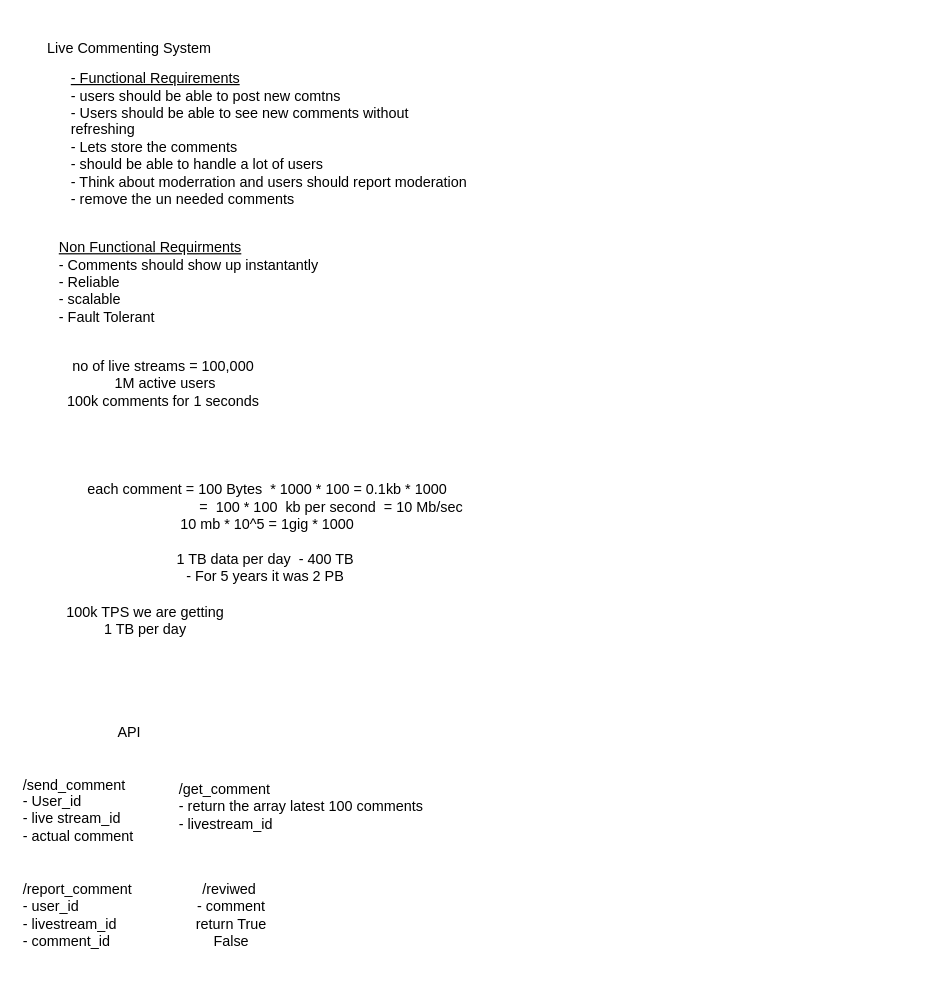
Earlier version of the draw.io diagram live_comments.drawio (chakri07/SystemDesignPractice). Source tidied: cells renumbered, new cells numbered last; positions are measured from the earlier drawing's top-left corner, leaving out a move shared by most shapes. Both pictures are drawn from the tidied source at 120%, with x=0, y=0 at pixel (20, 32).
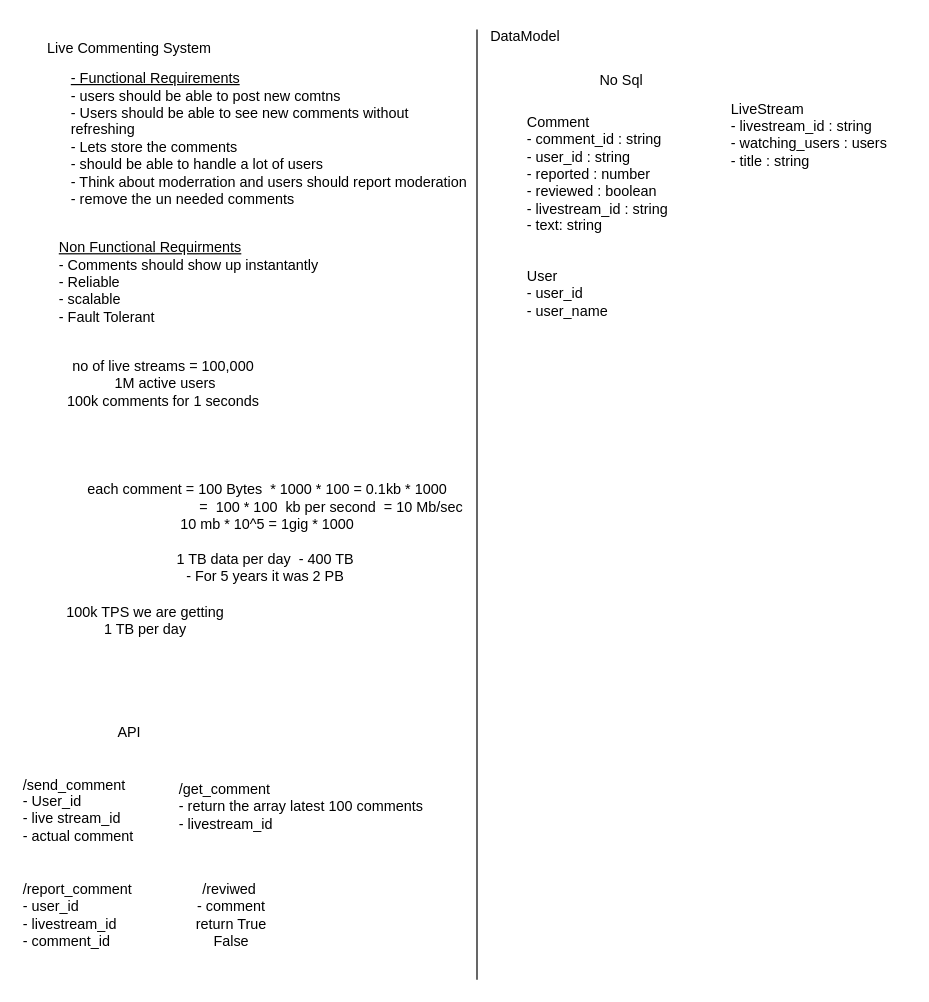
After the change.

Diff of the diagram source:
```diff
@@
 <mxGraphModel>
   <root>
     <mxCell id="0" />
     <mxCell id="1" parent="0" />
     <mxCell id="2" value="Live Commenting System&lt;div&gt;&lt;br&gt;&lt;/div&gt;" style="text;html=1;align=center;verticalAlign=middle;strokeColor=none;fillColor=none;" parent="1" vertex="1">
       <mxGeometry x="10" width="160" height="40" as="geometry" />
     </mxCell>
     <mxCell id="3" value="&lt;u&gt;- Functional Requirements&lt;/u&gt;&lt;div&gt;&lt;span style=&quot;background-color: transparent; color: light-dark(rgb(0, 0, 0), rgb(255, 255, 255));&quot;&gt;- users should be able to post new comtns&lt;/span&gt;&lt;/div&gt;&lt;div&gt;&lt;span style=&quot;background-color: transparent; color: light-dark(rgb(0, 0, 0), rgb(255, 255, 255));&quot;&gt;- Users should be able to see new comments without&amp;nbsp;&lt;/span&gt;&lt;/div&gt;&lt;div&gt;&lt;span style=&quot;background-color: transparent; color: light-dark(rgb(0, 0, 0), rgb(255, 255, 255));&quot;&gt;refreshing&lt;/span&gt;&lt;/div&gt;&lt;div&gt;- Lets store the comments&lt;/div&gt;&lt;div&gt;&lt;span style=&quot;background-color: transparent; color: light-dark(rgb(0, 0, 0), rgb(255, 255, 255));&quot;&gt;- should be able to handle a lot of users&amp;nbsp;&lt;/span&gt;&lt;/div&gt;&lt;div&gt;&lt;span style=&quot;background-color: transparent; color: light-dark(rgb(0, 0, 0), rgb(255, 255, 255));&quot;&gt;- Think about moderration and users should report moderation&lt;/span&gt;&lt;/div&gt;&lt;div&gt;&lt;span style=&quot;background-color: transparent; color: light-dark(rgb(0, 0, 0), rgb(255, 255, 255));&quot;&gt;- remove the un needed comments&amp;nbsp;&lt;/span&gt;&lt;/div&gt;&lt;div&gt;&lt;span style=&quot;background-color: transparent; color: light-dark(rgb(0, 0, 0), rgb(255, 255, 255));&quot;&gt;&lt;br&gt;&lt;/span&gt;&lt;/div&gt;&lt;div&gt;&lt;span style=&quot;background-color: transparent; color: light-dark(rgb(0, 0, 0), rgb(255, 255, 255));&quot;&gt;&lt;br&gt;&lt;/span&gt;&lt;/div&gt;&lt;div&gt;&lt;span style=&quot;background-color: transparent; color: light-dark(rgb(0, 0, 0), rgb(255, 255, 255));&quot;&gt;&lt;br&gt;&lt;/span&gt;&lt;/div&gt;&lt;div&gt;&lt;span style=&quot;background-color: transparent; color: light-dark(rgb(0, 0, 0), rgb(255, 255, 255));&quot;&gt;&amp;nbsp;&lt;/span&gt;&lt;/div&gt;" style="text;html=1;align=left;verticalAlign=middle;strokeColor=none;fillColor=none;" parent="1" vertex="1">
       <mxGeometry x="40" y="22" width="350" height="190" as="geometry" />
     </mxCell>
     <mxCell id="4" value="&lt;u&gt;Non Functional Requirments&lt;/u&gt;&lt;div&gt;- Comments should show up instantantly&amp;nbsp;&lt;/div&gt;&lt;div&gt;- Reliable&amp;nbsp;&lt;/div&gt;&lt;div&gt;- scalable&lt;/div&gt;&lt;div&gt;- Fault Tolerant&lt;/div&gt;&lt;div&gt;&lt;br&gt;&lt;/div&gt;&lt;div&gt;&lt;br&gt;&lt;/div&gt;" style="text;html=1;align=left;verticalAlign=middle;strokeColor=none;fillColor=none;" parent="1" vertex="1">
       <mxGeometry x="30" y="167" width="240" height="110" as="geometry" />
     </mxCell>
     <mxCell id="5" value="no of live streams = 100,000&amp;nbsp;&lt;div&gt;1M active users&lt;/div&gt;&lt;div&gt;100k comments for 1 seconds&amp;nbsp;&lt;/div&gt;" style="text;html=1;align=center;verticalAlign=middle;strokeColor=none;fillColor=none;" parent="1" vertex="1">
       <mxGeometry x="25" y="262" width="190" height="60" as="geometry" />
     </mxCell>
     <mxCell id="6" value="each comment = 100 Bytes&amp;nbsp; * 1000 * 100 = 0.1kb * 1000&lt;div&gt;&lt;span style=&quot;white-space: pre;&quot;&gt;&#9;&lt;/span&gt;&lt;span style=&quot;white-space: pre;&quot;&gt;&#9;&lt;/span&gt;&lt;span style=&quot;white-space: pre;&quot;&gt;&#9;&lt;/span&gt;&lt;span style=&quot;white-space: pre;&quot;&gt;&#9;&lt;/span&gt;=&amp;nbsp; 100 * 100&amp;nbsp; kb per second&amp;nbsp; = 10 Mb/sec&lt;/div&gt;&lt;div&gt;10 mb * 10^5 = 1gig * 1000&lt;/div&gt;&lt;div&gt;&lt;br&gt;&lt;/div&gt;&lt;div&gt;1 TB data per day&amp;nbsp; - 400 TB&amp;nbsp;&lt;/div&gt;&lt;div&gt;- For 5 years it was 2 PB&amp;nbsp;&lt;/div&gt;" style="text;html=1;align=center;verticalAlign=middle;strokeColor=none;fillColor=none;" parent="1" vertex="1">
       <mxGeometry x="30" y="367" width="350" height="100" as="geometry" />
     </mxCell>
     <mxCell id="7" value="100k TPS we are getting&amp;nbsp;&lt;div&gt;1 TB per day&amp;nbsp;&lt;/div&gt;&lt;div&gt;&lt;br&gt;&lt;/div&gt;" style="text;html=1;align=center;verticalAlign=middle;strokeColor=none;fillColor=none;" parent="1" vertex="1">
       <mxGeometry x="25" y="467" width="160" height="60" as="geometry" />
     </mxCell>
     <mxCell id="8" value="API&lt;div&gt;&lt;br&gt;&lt;/div&gt;" style="text;html=1;align=center;verticalAlign=middle;strokeColor=none;fillColor=none;" parent="1" vertex="1">
       <mxGeometry x="70" y="570" width="40" height="40" as="geometry" />
     </mxCell>
     <mxCell id="9" value="/send_comment&lt;div&gt;- User_id&lt;/div&gt;&lt;div&gt;- live stream_id&lt;/div&gt;&lt;div&gt;- actual comment&amp;nbsp;&lt;/div&gt;&lt;div&gt;&lt;br&gt;&lt;/div&gt;" style="text;html=1;align=left;verticalAlign=middle;strokeColor=none;fillColor=none;" parent="1" vertex="1">
       <mxGeometry y="610" width="120" height="90" as="geometry" />
     </mxCell>
     <mxCell id="10" value="/get_comment&lt;div&gt;- return the array latest 100 comments&amp;nbsp;&lt;/div&gt;&lt;div&gt;- livestream_id&lt;/div&gt;" style="text;html=1;align=left;verticalAlign=middle;strokeColor=none;fillColor=none;" parent="1" vertex="1">
       <mxGeometry x="130" y="615" width="230" height="60" as="geometry" />
     </mxCell>
     <mxCell id="11" value="/report_comment&lt;div&gt;- user_id&lt;/div&gt;&lt;div&gt;- livestream_id&lt;/div&gt;&lt;div&gt;- comment_id&lt;/div&gt;" style="text;html=1;align=left;verticalAlign=middle;strokeColor=none;fillColor=none;" parent="1" vertex="1">
       <mxGeometry y="700" width="110" height="70" as="geometry" />
     </mxCell>
     <mxCell id="12" value="/reviwed&amp;nbsp;&lt;div&gt;- comment&lt;/div&gt;&lt;div&gt;return True&lt;/div&gt;&lt;div&gt;False&lt;/div&gt;" style="text;html=1;align=center;verticalAlign=middle;strokeColor=none;fillColor=none;" parent="1" vertex="1">
       <mxGeometry x="135" y="700" width="80" height="70" as="geometry" />
     </mxCell>
+    <mxCell id="13" value="No Sql" style="text;html=1;align=center;verticalAlign=middle;strokeColor=none;fillColor=none;" parent="1" vertex="1">
+      <mxGeometry x="470" y="25" width="60" height="30" as="geometry" />
+    </mxCell>
+    <mxCell id="14" value="Comment&lt;div&gt;- comment_id : string&lt;/div&gt;&lt;div&gt;- user_id : string&amp;nbsp;&lt;/div&gt;&lt;div&gt;- reported : number&amp;nbsp;&lt;/div&gt;&lt;div&gt;- reviewed : boolean&amp;nbsp;&lt;/div&gt;&lt;div&gt;- livestream_id : string&amp;nbsp;&lt;/div&gt;&lt;div&gt;- text: string&amp;nbsp;&lt;/div&gt;&lt;div&gt;&lt;br&gt;&lt;/div&gt;&lt;div&gt;&lt;br&gt;&lt;/div&gt;" style="text;html=1;align=left;verticalAlign=middle;strokeColor=none;fillColor=none;" parent="1" vertex="1">
+      <mxGeometry x="420" y="62" width="140" height="140" as="geometry" />
+    </mxCell>
+    <mxCell id="15" value="LiveStream&lt;div&gt;- livestream_id : string&lt;/div&gt;&lt;div&gt;- watching_users : users&lt;/div&gt;&lt;div&gt;- title : string&lt;/div&gt;&lt;div&gt;&lt;br&gt;&lt;/div&gt;" style="text;html=1;align=left;verticalAlign=middle;strokeColor=none;fillColor=none;" parent="1" vertex="1">
+      <mxGeometry x="590" y="47" width="150" height="90" as="geometry" />
+    </mxCell>
+    <mxCell id="16" value="User&lt;div&gt;- user_id&lt;/div&gt;&lt;div&gt;- user_name&lt;/div&gt;" style="text;html=1;align=left;verticalAlign=middle;strokeColor=none;fillColor=none;" parent="1" vertex="1">
+      <mxGeometry x="420" y="187" width="90" height="60" as="geometry" />
+    </mxCell>
+    <mxCell id="17" style="endArrow=none;html=1;rounded=0;" parent="1" edge="1">
+      <mxGeometry relative="1" as="geometry">
+        <mxPoint x="380" y="789" as="sourcePoint" />
+        <mxPoint x="380" y="-3" as="targetPoint" />
+      </mxGeometry>
+    </mxCell>
+    <mxCell id="18" value="DataModel&lt;div&gt;&lt;br&gt;&lt;/div&gt;" style="text;html=1;align=center;verticalAlign=middle;strokeColor=none;fillColor=none;" parent="1" vertex="1">
+      <mxGeometry x="380" y="-10" width="80" height="40" as="geometry" />
+    </mxCell>
   </root>
 </mxGraphModel>
```
